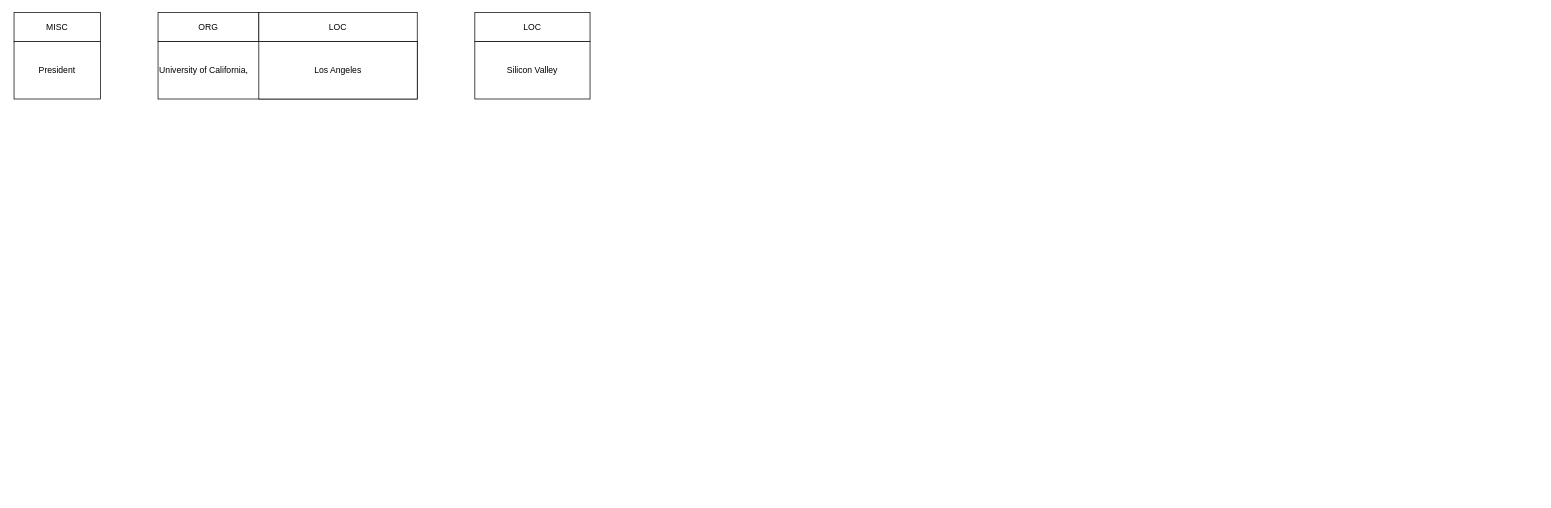
Above: nervis.drawio in viniciusrpb/drawio_flowcharts (draw.io), before the change. Source tidied: cells renumbered, new cells numbered last; positions are measured from the earlier drawing's top-left corner, leaving out a move shared by most shapes. Both pictures are drawn from the tidied source at 72%, with x=0, y=0 at pixel (14, 12).
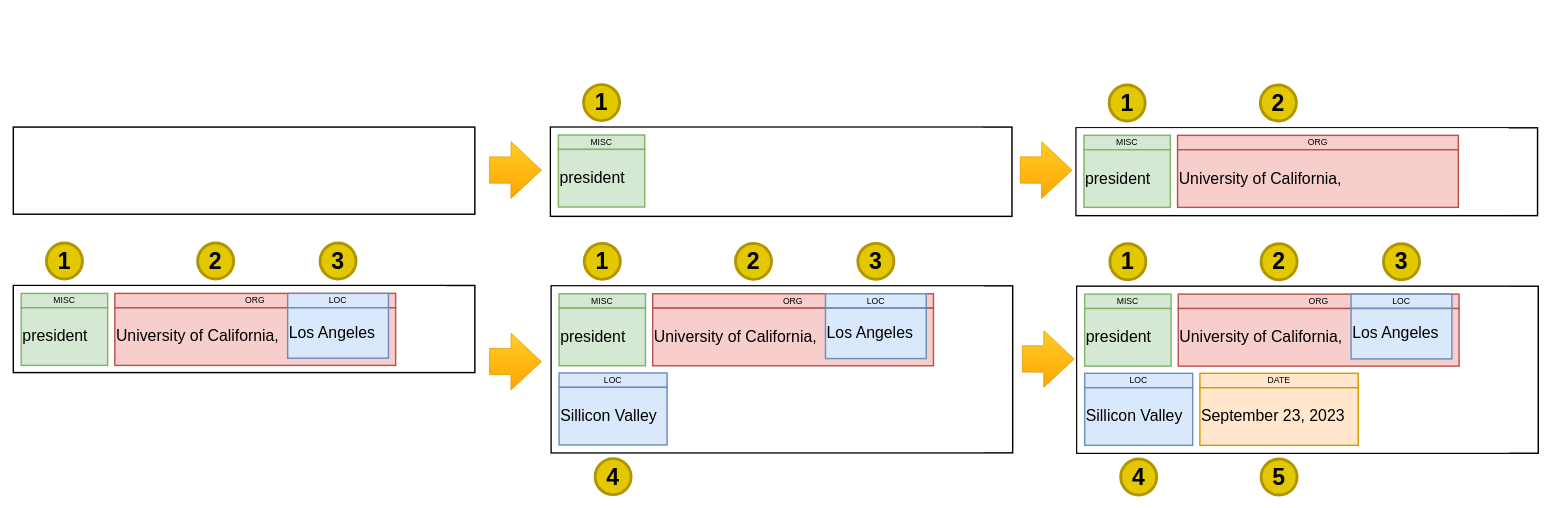
The same diagram, later.

Change to the diagram source:
```diff
@@
-    <mxCell id="2" value="MISC" style="rounded=0;whiteSpace=wrap;html=1;" parent="1" vertex="1">
-      <mxGeometry width="120" height="40" as="geometry" />
-    </mxCell>
-    <mxCell id="3" value="University of California,&amp;nbsp;" style="rounded=0;whiteSpace=wrap;html=1;align=left;" parent="1" vertex="1">
-      <mxGeometry x="200" y="40" width="360" height="80" as="geometry" />
-    </mxCell>
-    <mxCell id="4" value="President" style="rounded=0;whiteSpace=wrap;html=1;" parent="1" vertex="1">
-      <mxGeometry y="40" width="120" height="80" as="geometry" />
-    </mxCell>
-    <mxCell id="5" value="ORG" style="rounded=0;whiteSpace=wrap;html=1;" parent="1" vertex="1">
-      <mxGeometry x="200" width="140" height="40" as="geometry" />
-    </mxCell>
-    <mxCell id="6" value="Silicon Valley" style="rounded=0;whiteSpace=wrap;html=1;" parent="1" vertex="1">
-      <mxGeometry x="640" y="40" width="160" height="80" as="geometry" />
-    </mxCell>
-    <mxCell id="7" value="LOC" style="rounded=0;whiteSpace=wrap;html=1;" parent="1" vertex="1">
-      <mxGeometry x="640" width="160" height="40" as="geometry" />
-    </mxCell>
-    <mxCell id="8" value="Los Angeles" style="rounded=0;whiteSpace=wrap;html=1;" parent="1" vertex="1">
-      <mxGeometry x="340" y="40" width="220" height="80" as="geometry" />
-    </mxCell>
-    <mxCell id="9" value="LOC" style="rounded=0;whiteSpace=wrap;html=1;" parent="1" vertex="1">
-      <mxGeometry x="340" width="220" height="40" as="geometry" />
-    </mxCell>
+    <mxCell id="10" style="rounded=0;whiteSpace=wrap;html=1;strokeWidth=2;strokeColor=none;" parent="1" vertex="1">
+      <mxGeometry y="160" width="600" height="120" as="geometry" />
+    </mxCell>
+    <mxCell id="11" style="rounded=0;whiteSpace=wrap;html=1;strokeWidth=2;" parent="1" vertex="1">
+      <mxGeometry x="-1" y="159" width="641" height="121" as="geometry" />
+    </mxCell>
+    <mxCell id="12" style="rounded=0;whiteSpace=wrap;html=1;strokeWidth=2;" parent="1" vertex="1">
+      <mxGeometry x="745" y="159" width="641" height="124" as="geometry" />
+    </mxCell>
+    <mxCell id="13" style="rounded=0;whiteSpace=wrap;html=1;strokeWidth=2;strokeColor=none;" parent="1" vertex="1">
+      <mxGeometry x="746" y="160" width="600" height="120" as="geometry" />
+    </mxCell>
+    <mxCell id="14" value="MISC" style="rounded=0;whiteSpace=wrap;html=1;strokeWidth=2;fillColor=#d5e8d4;strokeColor=#82b366;" parent="1" vertex="1">
+      <mxGeometry x="756" y="170" width="120" height="20" as="geometry" />
+    </mxCell>
+    <mxCell id="15" value="president" style="rounded=0;whiteSpace=wrap;html=1;align=left;fontSize=22;strokeWidth=2;fillColor=#d5e8d4;strokeColor=#82b366;" parent="1" vertex="1">
+      <mxGeometry x="756" y="190" width="120" height="80" as="geometry" />
+    </mxCell>
+    <mxCell id="16" value="1" style="ellipse;whiteSpace=wrap;html=1;fontSize=32;strokeWidth=4;fontStyle=1;fillColor=#e3c800;strokeColor=#B09500;fontColor=#000000;" parent="1" vertex="1">
+      <mxGeometry x="791" y="100" width="50" height="50" as="geometry" />
+    </mxCell>
+    <mxCell id="17" style="rounded=0;whiteSpace=wrap;html=1;strokeWidth=2;" parent="1" vertex="1">
+      <mxGeometry x="-1" y="379" width="641" height="121" as="geometry" />
+    </mxCell>
+    <mxCell id="18" style="rounded=0;whiteSpace=wrap;html=1;strokeWidth=2;strokeColor=none;" parent="1" vertex="1">
+      <mxGeometry y="380" width="600" height="110" as="geometry" />
+    </mxCell>
+    <mxCell id="19" value="MISC" style="rounded=0;whiteSpace=wrap;html=1;strokeWidth=2;fillColor=#d5e8d4;strokeColor=#82b366;" parent="1" vertex="1">
+      <mxGeometry x="10" y="390" width="120" height="20" as="geometry" />
+    </mxCell>
+    <mxCell id="20" value="president" style="rounded=0;whiteSpace=wrap;html=1;align=left;fontSize=22;strokeWidth=2;fillColor=#d5e8d4;strokeColor=#82b366;" parent="1" vertex="1">
+      <mxGeometry x="10" y="410" width="120" height="80" as="geometry" />
+    </mxCell>
+    <mxCell id="21" value="ORG" style="rounded=0;whiteSpace=wrap;html=1;strokeWidth=2;fillColor=#f8cecc;strokeColor=#b85450;" parent="1" vertex="1">
+      <mxGeometry x="140" y="390" width="390" height="20" as="geometry" />
+    </mxCell>
+    <mxCell id="22" value="LOC" style="rounded=0;whiteSpace=wrap;html=1;strokeWidth=2;fillColor=#dae8fc;strokeColor=#6c8ebf;" parent="1" vertex="1">
+      <mxGeometry x="380" y="390" width="140" height="20" as="geometry" />
+    </mxCell>
+    <mxCell id="23" value="University of California," style="rounded=0;whiteSpace=wrap;html=1;align=left;fontSize=22;strokeWidth=2;fillColor=#f8cecc;strokeColor=#b85450;" parent="1" vertex="1">
+      <mxGeometry x="140" y="410" width="390" height="80" as="geometry" />
+    </mxCell>
+    <mxCell id="24" value="&lt;div&gt;&lt;br&gt;&lt;/div&gt;Los Angeles&lt;div&gt;&lt;br&gt;&lt;/div&gt;" style="rounded=0;whiteSpace=wrap;html=1;align=left;fontSize=22;strokeWidth=2;fillColor=#dae8fc;strokeColor=#6c8ebf;" parent="1" vertex="1">
+      <mxGeometry x="380" y="410" width="140" height="70" as="geometry" />
+    </mxCell>
+    <mxCell id="25" value="3" style="ellipse;whiteSpace=wrap;html=1;fontSize=32;strokeWidth=4;fontStyle=1;fillColor=#e3c800;strokeColor=#B09500;fontColor=#000000;" parent="1" vertex="1">
+      <mxGeometry x="425" y="320" width="50" height="50" as="geometry" />
+    </mxCell>
+    <mxCell id="26" value="2" style="ellipse;whiteSpace=wrap;html=1;fontSize=32;strokeWidth=4;fontStyle=1;fillColor=#e3c800;strokeColor=#B09500;fontColor=#000000;" parent="1" vertex="1">
+      <mxGeometry x="255" y="320" width="50" height="50" as="geometry" />
+    </mxCell>
+    <mxCell id="27" value="1" style="ellipse;whiteSpace=wrap;html=1;fontSize=32;strokeWidth=4;fontStyle=1;fillColor=#e3c800;strokeColor=#B09500;fontColor=#000000;" parent="1" vertex="1">
+      <mxGeometry x="45" y="320" width="50" height="50" as="geometry" />
+    </mxCell>
+    <mxCell id="28" style="rounded=0;whiteSpace=wrap;html=1;strokeWidth=2;" parent="1" vertex="1">
+      <mxGeometry x="746" y="379.5" width="641" height="232" as="geometry" />
+    </mxCell>
+    <mxCell id="29" style="rounded=0;whiteSpace=wrap;html=1;strokeWidth=2;strokeColor=none;" parent="1" vertex="1">
+      <mxGeometry x="747" y="380.5" width="600" height="120" as="geometry" />
+    </mxCell>
+    <mxCell id="30" value="MISC" style="rounded=0;whiteSpace=wrap;html=1;strokeWidth=2;fillColor=#d5e8d4;strokeColor=#82b366;" parent="1" vertex="1">
+      <mxGeometry x="757" y="390.5" width="120" height="20" as="geometry" />
+    </mxCell>
+    <mxCell id="31" value="president" style="rounded=0;whiteSpace=wrap;html=1;align=left;fontSize=22;strokeWidth=2;fillColor=#d5e8d4;strokeColor=#82b366;" parent="1" vertex="1">
+      <mxGeometry x="757" y="410.5" width="120" height="80" as="geometry" />
+    </mxCell>
+    <mxCell id="32" value="ORG" style="rounded=0;whiteSpace=wrap;html=1;strokeWidth=2;fillColor=#f8cecc;strokeColor=#b85450;" parent="1" vertex="1">
+      <mxGeometry x="887" y="390.5" width="390" height="20" as="geometry" />
+    </mxCell>
+    <mxCell id="33" value="LOC" style="rounded=0;whiteSpace=wrap;html=1;strokeWidth=2;fillColor=#dae8fc;strokeColor=#6c8ebf;" parent="1" vertex="1">
+      <mxGeometry x="1127" y="390.5" width="140" height="20" as="geometry" />
+    </mxCell>
+    <mxCell id="34" value="University of California," style="rounded=0;whiteSpace=wrap;html=1;align=left;fontSize=22;strokeWidth=2;fillColor=#f8cecc;strokeColor=#b85450;" parent="1" vertex="1">
+      <mxGeometry x="887" y="410.5" width="390" height="80" as="geometry" />
+    </mxCell>
+    <mxCell id="35" value="&lt;div&gt;&lt;br&gt;&lt;/div&gt;Los Angeles&lt;div&gt;&lt;br&gt;&lt;/div&gt;" style="rounded=0;whiteSpace=wrap;html=1;align=left;fontSize=22;strokeWidth=2;fillColor=#dae8fc;strokeColor=#6c8ebf;" parent="1" vertex="1">
+      <mxGeometry x="1127" y="410.5" width="140" height="70" as="geometry" />
+    </mxCell>
+    <mxCell id="36" style="rounded=0;whiteSpace=wrap;html=1;strokeWidth=2;strokeColor=none;" parent="1" vertex="1">
+      <mxGeometry x="747" y="500.5" width="600" height="110" as="geometry" />
+    </mxCell>
+    <mxCell id="37" value="LOC" style="rounded=0;whiteSpace=wrap;html=1;strokeWidth=2;fillColor=#dae8fc;strokeColor=#6c8ebf;" parent="1" vertex="1">
+      <mxGeometry x="757" y="500.5" width="150" height="20" as="geometry" />
+    </mxCell>
+    <mxCell id="38" value="Sillicon Valley" style="rounded=0;whiteSpace=wrap;html=1;align=left;fontSize=22;strokeWidth=2;fillColor=#dae8fc;strokeColor=#6c8ebf;" parent="1" vertex="1">
+      <mxGeometry x="757" y="520.5" width="150" height="80" as="geometry" />
+    </mxCell>
+    <mxCell id="39" value="4" style="ellipse;whiteSpace=wrap;html=1;fontSize=32;strokeWidth=4;fontStyle=1;fillColor=#e3c800;strokeColor=#B09500;fontColor=#000000;" parent="1" vertex="1">
+      <mxGeometry x="807" y="619.5" width="50" height="50" as="geometry" />
+    </mxCell>
+    <mxCell id="40" value="3" style="ellipse;whiteSpace=wrap;html=1;fontSize=32;strokeWidth=4;fontStyle=1;fillColor=#e3c800;strokeColor=#B09500;fontColor=#000000;" parent="1" vertex="1">
+      <mxGeometry x="1172" y="320.5" width="50" height="50" as="geometry" />
+    </mxCell>
+    <mxCell id="41" value="2" style="ellipse;whiteSpace=wrap;html=1;fontSize=32;strokeWidth=4;fontStyle=1;fillColor=#e3c800;strokeColor=#B09500;fontColor=#000000;" parent="1" vertex="1">
+      <mxGeometry x="1002" y="320.5" width="50" height="50" as="geometry" />
+    </mxCell>
+    <mxCell id="42" value="1" style="ellipse;whiteSpace=wrap;html=1;fontSize=32;strokeWidth=4;fontStyle=1;fillColor=#e3c800;strokeColor=#B09500;fontColor=#000000;" parent="1" vertex="1">
+      <mxGeometry x="792" y="320.5" width="50" height="50" as="geometry" />
+    </mxCell>
+    <mxCell id="43" style="rounded=0;whiteSpace=wrap;html=1;strokeWidth=2;" parent="1" vertex="1">
+      <mxGeometry x="1475" y="160" width="641" height="122" as="geometry" />
+    </mxCell>
+    <mxCell id="44" style="rounded=0;whiteSpace=wrap;html=1;strokeWidth=2;strokeColor=none;" parent="1" vertex="1">
+      <mxGeometry x="1476" y="160.5" width="600" height="120" as="geometry" />
+    </mxCell>
+    <mxCell id="45" value="MISC" style="rounded=0;whiteSpace=wrap;html=1;strokeWidth=2;fillColor=#d5e8d4;strokeColor=#82b366;" parent="1" vertex="1">
+      <mxGeometry x="1486" y="170.5" width="120" height="20" as="geometry" />
+    </mxCell>
+    <mxCell id="46" value="president" style="rounded=0;whiteSpace=wrap;html=1;align=left;fontSize=22;strokeWidth=2;fillColor=#d5e8d4;strokeColor=#82b366;" parent="1" vertex="1">
+      <mxGeometry x="1486" y="190.5" width="120" height="80" as="geometry" />
+    </mxCell>
+    <mxCell id="47" value="ORG" style="rounded=0;whiteSpace=wrap;html=1;strokeWidth=2;fillColor=#f8cecc;strokeColor=#b85450;" parent="1" vertex="1">
+      <mxGeometry x="1616" y="170.5" width="390" height="20" as="geometry" />
+    </mxCell>
+    <mxCell id="48" value="University of California," style="rounded=0;whiteSpace=wrap;html=1;align=left;fontSize=22;strokeWidth=2;fillColor=#f8cecc;strokeColor=#b85450;" parent="1" vertex="1">
+      <mxGeometry x="1616" y="190.5" width="390" height="80" as="geometry" />
+    </mxCell>
+    <mxCell id="49" value="2" style="ellipse;whiteSpace=wrap;html=1;fontSize=32;strokeWidth=4;fontStyle=1;fillColor=#e3c800;strokeColor=#B09500;fontColor=#000000;" parent="1" vertex="1">
+      <mxGeometry x="1731" y="100.5" width="50" height="50" as="geometry" />
+    </mxCell>
+    <mxCell id="50" value="1" style="ellipse;whiteSpace=wrap;html=1;fontSize=32;strokeWidth=4;fontStyle=1;fillColor=#e3c800;strokeColor=#B09500;fontColor=#000000;" parent="1" vertex="1">
+      <mxGeometry x="1521" y="100.5" width="50" height="50" as="geometry" />
+    </mxCell>
+    <mxCell id="51" style="rounded=0;whiteSpace=wrap;html=1;strokeWidth=2;" parent="1" vertex="1">
+      <mxGeometry x="1476" y="380" width="641" height="232" as="geometry" />
+    </mxCell>
+    <mxCell id="52" style="rounded=0;whiteSpace=wrap;html=1;strokeWidth=2;strokeColor=none;" parent="1" vertex="1">
+      <mxGeometry x="1477" y="381" width="600" height="120" as="geometry" />
+    </mxCell>
+    <mxCell id="53" value="MISC" style="rounded=0;whiteSpace=wrap;html=1;strokeWidth=2;fillColor=#d5e8d4;strokeColor=#82b366;" parent="1" vertex="1">
+      <mxGeometry x="1487" y="391" width="120" height="20" as="geometry" />
+    </mxCell>
+    <mxCell id="54" value="president" style="rounded=0;whiteSpace=wrap;html=1;align=left;fontSize=22;strokeWidth=2;fillColor=#d5e8d4;strokeColor=#82b366;" parent="1" vertex="1">
+      <mxGeometry x="1487" y="411" width="120" height="80" as="geometry" />
+    </mxCell>
+    <mxCell id="55" value="ORG" style="rounded=0;whiteSpace=wrap;html=1;strokeWidth=2;fillColor=#f8cecc;strokeColor=#b85450;" parent="1" vertex="1">
+      <mxGeometry x="1617" y="391" width="390" height="20" as="geometry" />
+    </mxCell>
+    <mxCell id="56" value="LOC" style="rounded=0;whiteSpace=wrap;html=1;strokeWidth=2;fillColor=#dae8fc;strokeColor=#6c8ebf;" parent="1" vertex="1">
+      <mxGeometry x="1857" y="391" width="140" height="20" as="geometry" />
+    </mxCell>
+    <mxCell id="57" value="University of California," style="rounded=0;whiteSpace=wrap;html=1;align=left;fontSize=22;strokeWidth=2;fillColor=#f8cecc;strokeColor=#b85450;" parent="1" vertex="1">
+      <mxGeometry x="1617" y="411" width="390" height="80" as="geometry" />
+    </mxCell>
+    <mxCell id="58" value="&lt;div&gt;&lt;br&gt;&lt;/div&gt;Los Angeles&lt;div&gt;&lt;br&gt;&lt;/div&gt;" style="rounded=0;whiteSpace=wrap;html=1;align=left;fontSize=22;strokeWidth=2;fillColor=#dae8fc;strokeColor=#6c8ebf;" parent="1" vertex="1">
+      <mxGeometry x="1857" y="411" width="140" height="70" as="geometry" />
+    </mxCell>
+    <mxCell id="59" style="rounded=0;whiteSpace=wrap;html=1;strokeWidth=2;strokeColor=none;" parent="1" vertex="1">
+      <mxGeometry x="1477" y="501" width="600" height="110" as="geometry" />
+    </mxCell>
+    <mxCell id="60" value="LOC" style="rounded=0;whiteSpace=wrap;html=1;strokeWidth=2;fillColor=#dae8fc;strokeColor=#6c8ebf;" parent="1" vertex="1">
+      <mxGeometry x="1487" y="501" width="150" height="20" as="geometry" />
+    </mxCell>
+    <mxCell id="61" value="Sillicon Valley" style="rounded=0;whiteSpace=wrap;html=1;align=left;fontSize=22;strokeWidth=2;fillColor=#dae8fc;strokeColor=#6c8ebf;" parent="1" vertex="1">
+      <mxGeometry x="1487" y="521" width="150" height="80" as="geometry" />
+    </mxCell>
+    <mxCell id="62" value="DATE" style="rounded=0;whiteSpace=wrap;html=1;strokeWidth=2;fillColor=#ffe6cc;strokeColor=#d79b00;" parent="1" vertex="1">
+      <mxGeometry x="1647" y="501" width="220" height="20" as="geometry" />
+    </mxCell>
+    <mxCell id="63" value="September 23, 2023" style="rounded=0;whiteSpace=wrap;html=1;align=left;fontSize=22;strokeWidth=2;fillColor=#ffe6cc;strokeColor=#d79b00;" parent="1" vertex="1">
+      <mxGeometry x="1647" y="521" width="220" height="80" as="geometry" />
+    </mxCell>
+    <mxCell id="64" value="4" style="ellipse;whiteSpace=wrap;html=1;fontSize=32;strokeWidth=4;fontStyle=1;fillColor=#e3c800;strokeColor=#B09500;fontColor=#000000;" parent="1" vertex="1">
+      <mxGeometry x="1537" y="620" width="50" height="50" as="geometry" />
+    </mxCell>
+    <mxCell id="65" value="5" style="ellipse;whiteSpace=wrap;html=1;fontSize=32;strokeWidth=4;fontStyle=1;fillColor=#e3c800;strokeColor=#B09500;fontColor=#000000;" parent="1" vertex="1">
+      <mxGeometry x="1732" y="620" width="50" height="50" as="geometry" />
+    </mxCell>
+    <mxCell id="66" value="3" style="ellipse;whiteSpace=wrap;html=1;fontSize=32;strokeWidth=4;fontStyle=1;fillColor=#e3c800;strokeColor=#B09500;fontColor=#000000;" parent="1" vertex="1">
+      <mxGeometry x="1902" y="321" width="50" height="50" as="geometry" />
+    </mxCell>
+    <mxCell id="67" value="2" style="ellipse;whiteSpace=wrap;html=1;fontSize=32;strokeWidth=4;fontStyle=1;fillColor=#e3c800;strokeColor=#B09500;fontColor=#000000;" parent="1" vertex="1">
+      <mxGeometry x="1732" y="321" width="50" height="50" as="geometry" />
+    </mxCell>
+    <mxCell id="68" value="1" style="ellipse;whiteSpace=wrap;html=1;fontSize=32;strokeWidth=4;fontStyle=1;fillColor=#e3c800;strokeColor=#B09500;fontColor=#000000;" parent="1" vertex="1">
+      <mxGeometry x="1522" y="321" width="50" height="50" as="geometry" />
+    </mxCell>
+    <mxCell id="69" style="shape=flexArrow;endArrow=classic;html=1;rounded=0;width=36.55172413793104;endSize=13.765517241379312;fillColor=#ffcd28;gradientColor=#ffa500;strokeColor=#d79b00;endWidth=41.419878296146045;" parent="1" edge="1">
+      <mxGeometry relative="1" as="geometry">
+        <mxPoint x="660" y="218.6" as="sourcePoint" />
+        <mxPoint x="733" y="218.8" as="targetPoint" />
+      </mxGeometry>
+    </mxCell>
+    <mxCell id="70" style="shape=flexArrow;endArrow=classic;html=1;rounded=0;width=36.55172413793104;endSize=13.765517241379312;fillColor=#ffcd28;gradientColor=#ffa500;strokeColor=#d79b00;endWidth=41.419878296146045;" parent="1" edge="1">
+      <mxGeometry relative="1" as="geometry">
+        <mxPoint x="1397" y="218.6" as="sourcePoint" />
+        <mxPoint x="1470" y="218.8" as="targetPoint" />
+      </mxGeometry>
+    </mxCell>
+    <mxCell id="71" style="shape=flexArrow;endArrow=classic;html=1;rounded=0;width=36.55172413793104;endSize=13.765517241379312;fillColor=#ffcd28;gradientColor=#ffa500;strokeColor=#d79b00;endWidth=41.419878296146045;" parent="1" edge="1">
+      <mxGeometry relative="1" as="geometry">
+        <mxPoint x="660" y="484.6" as="sourcePoint" />
+        <mxPoint x="733" y="484.8" as="targetPoint" />
+      </mxGeometry>
+    </mxCell>
+    <mxCell id="72" style="shape=flexArrow;endArrow=classic;html=1;rounded=0;width=36.55172413793104;endSize=13.765517241379312;fillColor=#ffcd28;gradientColor=#ffa500;strokeColor=#d79b00;endWidth=41.419878296146045;" parent="1" edge="1">
+      <mxGeometry relative="1" as="geometry">
+        <mxPoint x="1400" y="481" as="sourcePoint" />
+        <mxPoint x="1473" y="481.2" as="targetPoint" />
+      </mxGeometry>
+    </mxCell>
```
